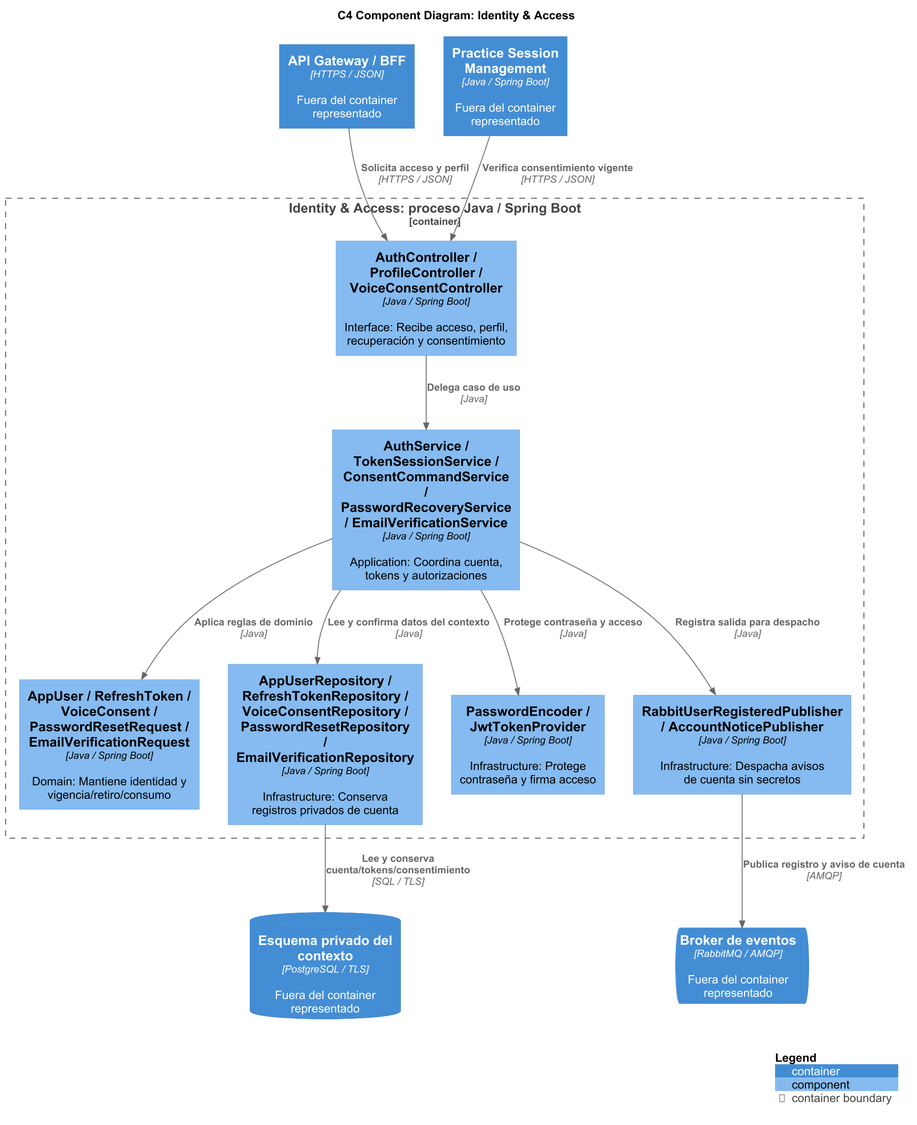
upc-pre-202620-si728-16365-thropic/talki-project-report keeps this PlantUML diagram as assets/diagrams/tactical/08-identity-access-components.png. Above is the earlier version.
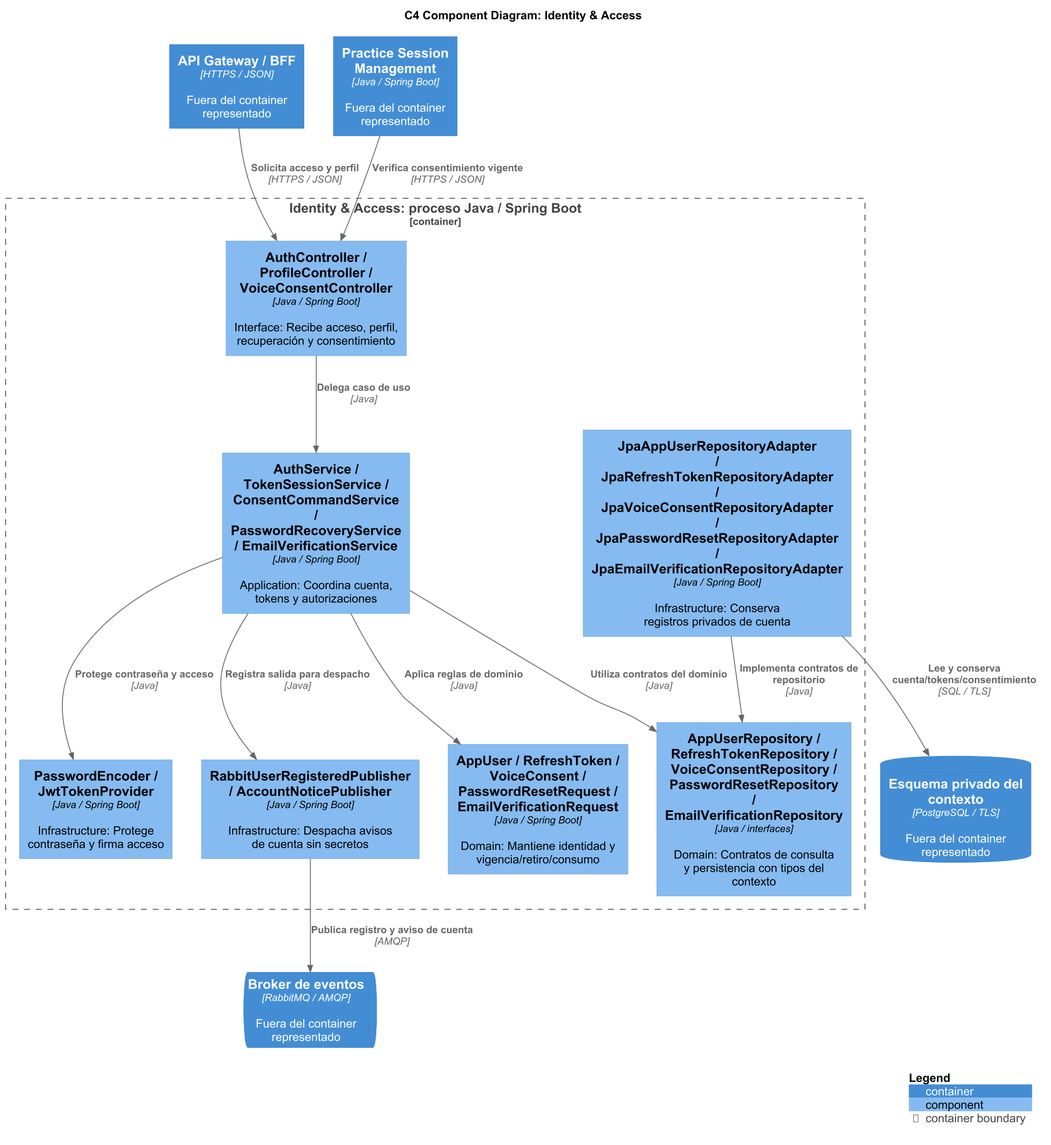
The same file after the commit.

Diff of the diagram source:
```diff
@@ -12,13 +12,15 @@
   Component(api, "AuthController / ProfileController / VoiceConsentController", "Java / Spring Boot", "Interface: Recibe acceso, perfil, recuperación y consentimiento")
   Component(app, "AuthService / TokenSessionService / ConsentCommandService / PasswordRecoveryService / EmailVerificationService", "Java / Spring Boot", "Application: Coordina cuenta, tokens y autorizaciones")
   Component(rules, "AppUser / RefreshToken / VoiceConsent / PasswordResetRequest / EmailVerificationRequest", "Java / Spring Boot", "Domain: Mantiene identidad y vigencia/retiro/consumo")
-  Component(repo, "AppUserRepository / RefreshTokenRepository / VoiceConsentRepository / PasswordResetRepository / EmailVerificationRepository", "Java / Spring Boot", "Infrastructure: Conserva registros privados de cuenta")
+  Component(ports, "AppUserRepository / RefreshTokenRepository / VoiceConsentRepository / PasswordResetRepository / EmailVerificationRepository", "Java / interfaces", "Domain: Contratos de consulta y persistencia con tipos del contexto")
+  Component(repo, "JpaAppUserRepositoryAdapter / JpaRefreshTokenRepositoryAdapter / JpaVoiceConsentRepositoryAdapter / JpaPasswordResetRepositoryAdapter / JpaEmailVerificationRepositoryAdapter", "Java / Spring Boot", "Infrastructure: Conserva registros privados de cuenta")
   Component(security, "PasswordEncoder / JwtTokenProvider", "Java / Spring Boot", "Infrastructure: Protege contraseña y firma acceso")
   Component(publisher, "RabbitUserRegisteredPublisher / AccountNoticePublisher", "Java / Spring Boot", "Infrastructure: Despacha avisos de cuenta sin secretos")
 }
 Rel(api, app, "Delega caso de uso", "Java")
 Rel(app, rules, "Aplica reglas de dominio", "Java")
-Rel(app, repo, "Lee y confirma datos del contexto", "Java")
+Rel(app, ports, "Utiliza contratos del dominio", "Java")
+Rel(repo, ports, "Implementa contratos de repositorio", "Java")
 Rel(app, security, "Protege contraseña y acceso", "Java")
 Rel(app, publisher, "Registra salida para despacho", "Java")
 Rel(bff, api, "Solicita acceso y perfil", "HTTPS / JSON")
```
